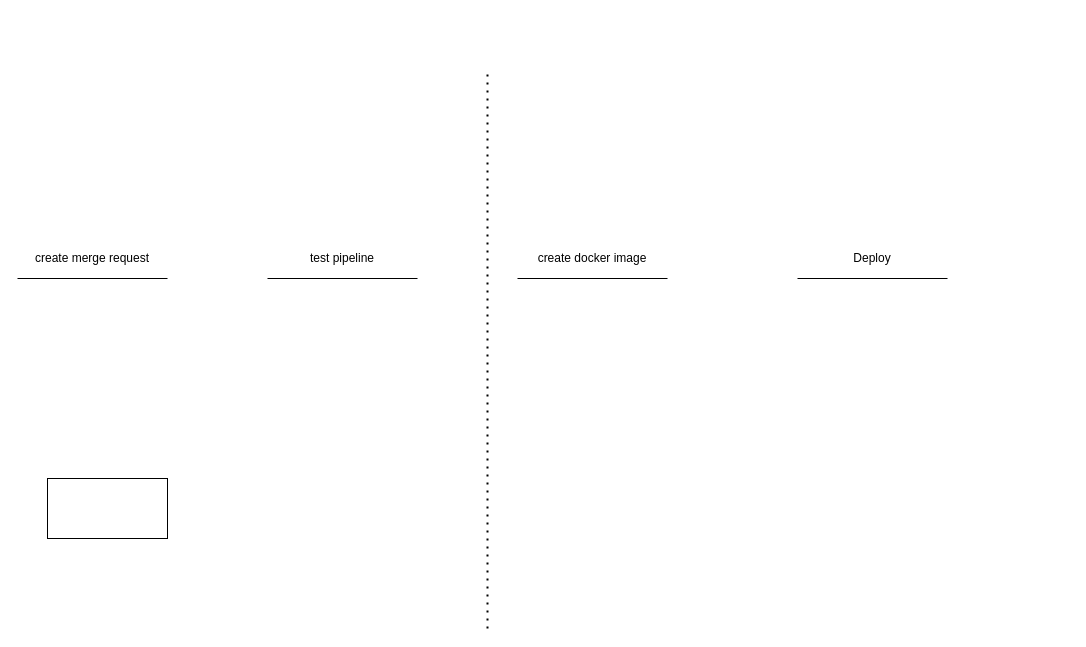
The draw.io diagram CiCd.drawio in alimoslehirad/Devops, before the edit. Source tidied: cells renumbered, new cells numbered last; positions are measured from the earlier drawing's top-left corner, leaving out a move shared by most shapes. Both pictures are drawn from the tidied source at 100%, with x=0, y=0 at pixel (17, 68). Pictures stored in the file or linked from it are replaced by grey dashed boxes.
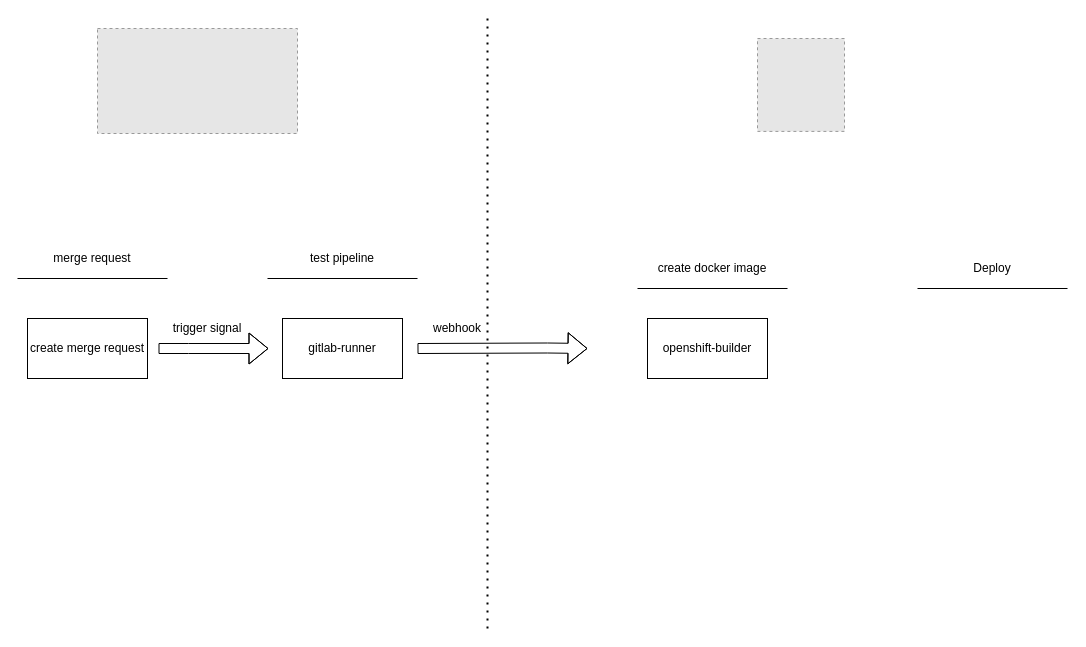
The same page after the edit.

What changed in the source:
```diff
@@
-    <mxCell id="2" style="rounded=0;whiteSpace=wrap;html=1;" parent="1" vertex="1">
-      <mxGeometry x="30" y="410" width="120" height="60" as="geometry" />
+    <mxCell id="2" value="create merge request " style="rounded=0;whiteSpace=wrap;html=1;" parent="1" vertex="1">
+      <mxGeometry x="10" y="250" width="120" height="60" as="geometry" />
     </mxCell>
@@
-    <mxCell id="4" value="create merge request" style="text;html=1;strokeColor=none;fillColor=none;align=center;verticalAlign=middle;whiteSpace=wrap;rounded=0;" parent="1" vertex="1">
+    <mxCell id="4" value="merge request" style="text;html=1;strokeColor=none;fillColor=none;align=center;verticalAlign=middle;whiteSpace=wrap;rounded=0;" parent="1" vertex="1">
       <mxGeometry y="180" width="150" height="20" as="geometry" />
     </mxCell>
@@
     <mxCell id="7" style="endArrow=none;html=1;" parent="1" edge="1">
       <mxGeometry relative="1" as="geometry">
-        <mxPoint x="500" y="210" as="sourcePoint" />
-        <mxPoint x="650" y="210" as="targetPoint" />
+        <mxPoint x="620" y="220" as="sourcePoint" />
+        <mxPoint x="770" y="220" as="targetPoint" />
       </mxGeometry>
     </mxCell>
     <mxCell id="8" value="create docker image" style="text;html=1;strokeColor=none;fillColor=none;align=center;verticalAlign=middle;whiteSpace=wrap;rounded=0;" parent="1" vertex="1">
-      <mxGeometry x="500" y="180" width="150" height="20" as="geometry" />
+      <mxGeometry x="620" y="190" width="150" height="20" as="geometry" />
     </mxCell>
     <mxCell id="9" style="endArrow=none;html=1;" parent="1" edge="1">
       <mxGeometry relative="1" as="geometry">
-        <mxPoint x="780" y="210" as="sourcePoint" />
-        <mxPoint x="930" y="210" as="targetPoint" />
+        <mxPoint x="900" y="220" as="sourcePoint" />
+        <mxPoint x="1050" y="220" as="targetPoint" />
       </mxGeometry>
     </mxCell>
     <mxCell id="10" value="Deploy" style="text;html=1;strokeColor=none;fillColor=none;align=center;verticalAlign=middle;whiteSpace=wrap;rounded=0;" parent="1" vertex="1">
-      <mxGeometry x="780" y="180" width="150" height="20" as="geometry" />
+      <mxGeometry x="900" y="190" width="150" height="20" as="geometry" />
     </mxCell>
     <mxCell id="11" style="endArrow=none;dashed=1;html=1;dashPattern=1 3;strokeWidth=2;" parent="1" edge="1">
       <mxGeometry relative="1" as="geometry">
         <mxPoint x="470" y="560" as="sourcePoint" />
-        <mxPoint x="470" as="targetPoint" />
+        <mxPoint x="470" y="-50" as="targetPoint" />
       </mxGeometry>
     </mxCell>
+    <mxCell id="12" style="fillColor=#E6E6E6;strokeColor=#999999;dashed=1;verticalLabelPosition=bottom;labelBackgroundColor=#ffffff;verticalAlign=top;" parent="1" vertex="1">
+      <mxGeometry x="740" y="-30" width="87" height="92.9" as="geometry" />
+    </mxCell>
+    <mxCell id="13" style="fillColor=#E6E6E6;strokeColor=#999999;dashed=1;verticalLabelPosition=bottom;labelBackgroundColor=#ffffff;verticalAlign=top;" parent="1" vertex="1">
+      <mxGeometry x="80" y="-40" width="200" height="105" as="geometry" />
+    </mxCell>
+    <mxCell id="14" value="gitlab-runner" style="rounded=0;whiteSpace=wrap;html=1;" parent="1" vertex="1">
+      <mxGeometry x="265" y="250" width="120" height="60" as="geometry" />
+    </mxCell>
+    <mxCell id="15" style="shape=flexArrow;endArrow=classic;html=1;" parent="1" edge="1">
+      <mxGeometry relative="1" as="geometry">
+        <mxPoint x="141" y="280" as="sourcePoint" />
+        <mxPoint x="251" y="280" as="targetPoint" />
+        <Array as="points">
+          <mxPoint x="171" y="280" />
+        </Array>
+      </mxGeometry>
+    </mxCell>
+    <mxCell id="16" style="shape=flexArrow;endArrow=classic;html=1;" parent="1" edge="1">
+      <mxGeometry relative="1" as="geometry">
+        <mxPoint x="400" y="280" as="sourcePoint" />
+        <mxPoint x="570" y="280" as="targetPoint" />
+        <Array as="points">
+          <mxPoint x="530" y="279.5" />
+        </Array>
+      </mxGeometry>
+    </mxCell>
+    <mxCell id="17" value="openshift-builder" style="rounded=0;whiteSpace=wrap;html=1;" parent="1" vertex="1">
+      <mxGeometry x="630" y="250" width="120" height="60" as="geometry" />
+    </mxCell>
+    <mxCell id="18" value="trigger signal" style="text;html=1;strokeColor=none;fillColor=none;align=center;verticalAlign=middle;whiteSpace=wrap;rounded=0;" parent="1" vertex="1">
+      <mxGeometry x="150" y="250" width="80" height="20" as="geometry" />
+    </mxCell>
+    <mxCell id="19" value="webhook" style="text;html=1;strokeColor=none;fillColor=none;align=center;verticalAlign=middle;whiteSpace=wrap;rounded=0;" parent="1" vertex="1">
+      <mxGeometry x="400" y="250" width="80" height="20" as="geometry" />
+    </mxCell>
```
